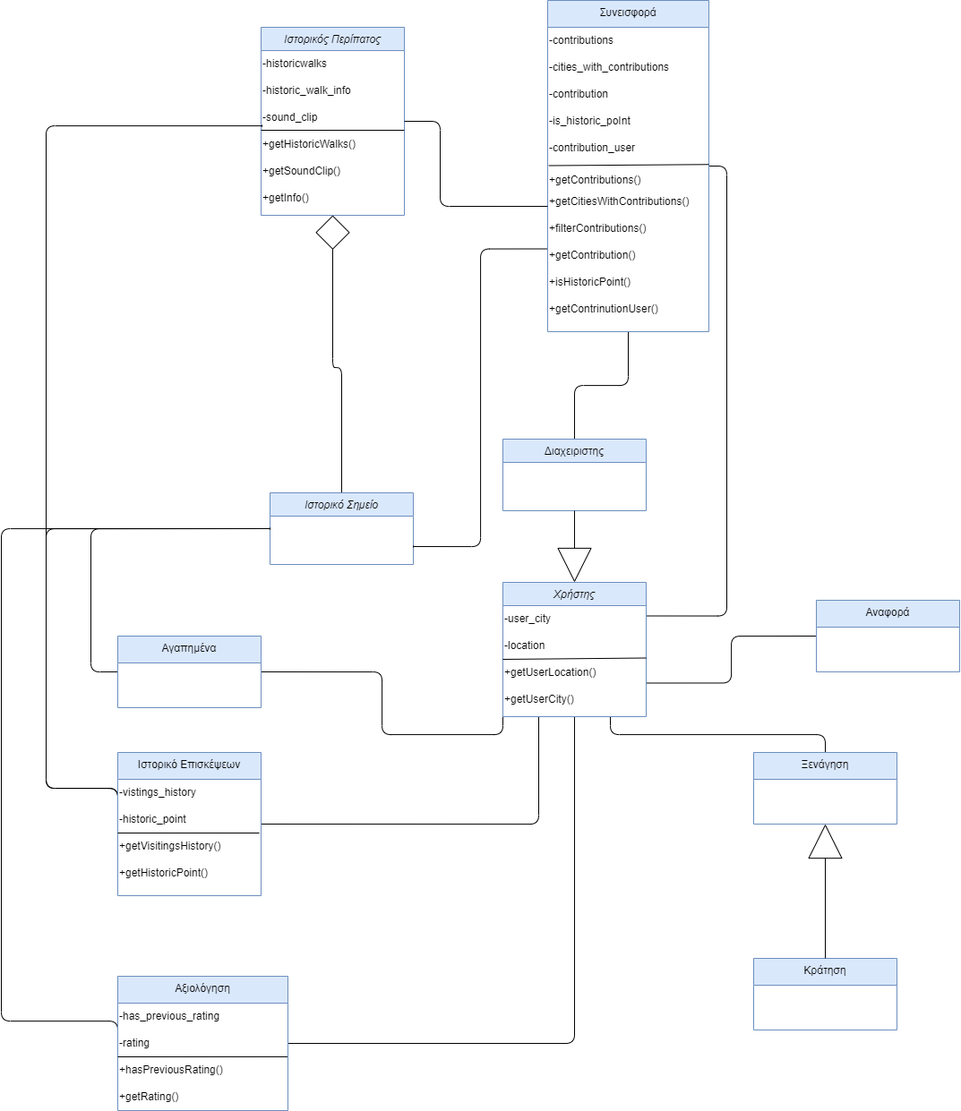
This is NOTES/Domain Model.png from Nektar24/software-engineering, a draw.io export, as it was before one commit. Source tidied: cells renumbered, new cells last; positions are measured from the earlier drawing's top-left corner, leaving out a move shared by most shapes.
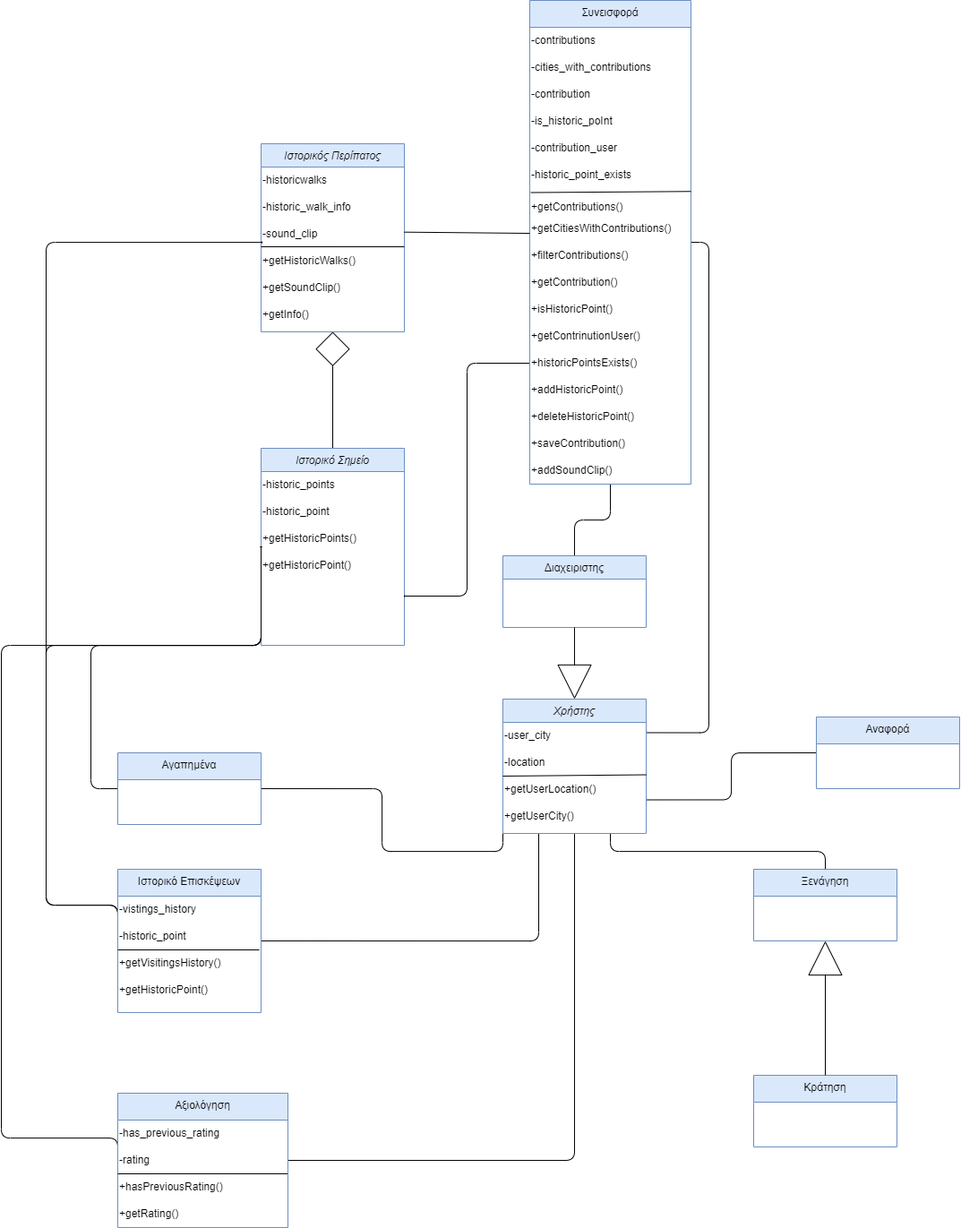
After the commit.

What changed in the source:
```diff
@@ -79,13 +79,25 @@
       <mxGeometry relative="1" as="geometry" />
     </mxCell>
     <mxCell id="26" value="Ιστορικό Σημείο" style="swimlane;fontStyle=2;align=center;verticalAlign=top;horizontal=1;startSize=26;rounded=0;shadow=0;strokeWidth=1;fillColor=#dae8fc;strokeColor=#6c8ebf;" parent="1" vertex="1">
-      <mxGeometry x="300" y="550" width="160" height="80" as="geometry" />
+      <mxGeometry x="290" y="370" width="160" height="220" as="geometry" />
     </mxCell>
+    <mxCell id="63" value="-historic_points" style="text;html=1;align=left;verticalAlign=middle;strokeColor=none;fillColor=none;" parent="26" vertex="1">
+      <mxGeometry y="26" width="160" height="30" as="geometry" />
+    </mxCell>
+    <mxCell id="64" value="-historic_point" style="text;html=1;align=left;verticalAlign=middle;strokeColor=none;fillColor=none;" parent="26" vertex="1">
+      <mxGeometry y="56" width="160" height="30" as="geometry" />
+    </mxCell>
+    <mxCell id="65" value="+getHistoricPoints()" style="text;html=1;align=left;verticalAlign=middle;strokeColor=none;fillColor=none;" parent="26" vertex="1">
+      <mxGeometry y="86" width="160" height="30" as="geometry" />
+    </mxCell>
+    <mxCell id="66" value="+getHistoricPoint()" style="text;html=1;align=left;verticalAlign=middle;strokeColor=none;fillColor=none;" parent="26" vertex="1">
+      <mxGeometry y="116" width="160" height="30" as="geometry" />
+    </mxCell>
     <mxCell id="27" style="edgeStyle=orthogonalEdgeStyle;curved=0;rounded=1;jettySize=auto;html=1;exitX=0;exitY=0.75;exitDx=0;exitDy=0;entryX=1;entryY=0.75;entryDx=0;entryDy=0;strokeColor=default;align=center;verticalAlign=middle;fontFamily=Helvetica;fontSize=11;fontColor=default;labelBackgroundColor=default;elbow=vertical;endArrow=baseDash;endFill=0;endSize=0;" parent="1" edge="1" source="28" target="26">
       <mxGeometry relative="1" as="geometry" />
     </mxCell>
     <mxCell id="28" value="Συνεισφορά" style="swimlane;fontStyle=0;align=center;verticalAlign=top;horizontal=1;startSize=30;rounded=0;shadow=0;strokeWidth=1;fillColor=#dae8fc;strokeColor=#6c8ebf;" parent="1" vertex="1">
-      <mxGeometry x="610" width="180" height="370" as="geometry" />
+      <mxGeometry x="590" y="-130" width="180" height="540" as="geometry" />
     </mxCell>
     <mxCell id="29" value="-contributions" style="text;html=1;align=left;verticalAlign=middle;strokeColor=none;fillColor=none;" parent="28" vertex="1">
       <mxGeometry y="30" width="180" height="30" as="geometry" />
@@ -105,24 +117,42 @@
     <mxCell id="34" style="endArrow=none;html=1;rounded=0;entryX=1;entryY=0.108;entryDx=0;entryDy=0;entryPerimeter=0;exitX=0.007;exitY=0.15;exitDx=0;exitDy=0;exitPerimeter=0;" parent="28" edge="1" source="35" target="35">
       <mxGeometry relative="1" as="geometry" />
     </mxCell>
+    <mxCell id="67" value="-historic_point_exists" style="text;html=1;align=left;verticalAlign=middle;strokeColor=none;fillColor=none;" parent="28" vertex="1">
+      <mxGeometry y="180" width="180" height="30" as="geometry" />
+    </mxCell>
     <mxCell id="35" value="+getContributions()" style="text;html=1;align=left;verticalAlign=bottom;points=[];strokeColor=none;fillColor=none;labelPosition=center;verticalLabelPosition=middle;" parent="28" vertex="1">
-      <mxGeometry y="180" width="180" height="30" as="geometry" />
+      <mxGeometry y="210" width="180" height="30" as="geometry" />
     </mxCell>
     <mxCell id="36" value="+getCitiesWithContributions()" style="text;html=1;align=left;verticalAlign=middle;points=[];strokeColor=none;fillColor=none;" parent="28" vertex="1">
-      <mxGeometry y="210" width="180" height="30" as="geometry" />
+      <mxGeometry y="240" width="180" height="30" as="geometry" />
     </mxCell>
     <mxCell id="37" value="+filterContributions()" style="text;html=1;align=left;verticalAlign=middle;strokeColor=none;fillColor=none;" parent="28" vertex="1">
-      <mxGeometry y="240" width="180" height="30" as="geometry" />
+      <mxGeometry y="270" width="180" height="30" as="geometry" />
     </mxCell>
     <mxCell id="38" value="+getContribution()" style="text;html=1;align=left;verticalAlign=middle;strokeColor=none;fillColor=none;" parent="28" vertex="1">
-      <mxGeometry y="270" width="180" height="30" as="geometry" />
+      <mxGeometry y="300" width="180" height="30" as="geometry" />
     </mxCell>
     <mxCell id="39" value="+isHistoricPoint()" style="text;html=1;align=left;verticalAlign=middle;strokeColor=none;fillColor=none;" parent="28" vertex="1">
-      <mxGeometry y="300" width="180" height="30" as="geometry" />
+      <mxGeometry y="330" width="180" height="30" as="geometry" />
     </mxCell>
     <mxCell id="40" value="+getContrinutionUser()" style="text;html=1;align=left;verticalAlign=middle;strokeColor=none;fillColor=none;" parent="28" vertex="1">
-      <mxGeometry y="330" width="180" height="30" as="geometry" />
+      <mxGeometry y="360" width="180" height="30" as="geometry" />
     </mxCell>
+    <mxCell id="68" value="+historicPointsExists()" style="text;html=1;align=left;verticalAlign=middle;strokeColor=none;fillColor=none;" parent="28" vertex="1">
+      <mxGeometry y="390" width="180" height="30" as="geometry" />
+    </mxCell>
+    <mxCell id="69" value="+addHistoricPoint()" style="text;html=1;align=left;verticalAlign=middle;strokeColor=none;fillColor=none;" parent="28" vertex="1">
+      <mxGeometry y="420" width="180" height="30" as="geometry" />
+    </mxCell>
+    <mxCell id="70" value="+deleteHistoricPoint()" style="text;html=1;align=left;verticalAlign=middle;strokeColor=none;fillColor=none;" parent="28" vertex="1">
+      <mxGeometry y="450" width="180" height="30" as="geometry" />
+    </mxCell>
+    <mxCell id="71" value="+saveContribution()" style="text;html=1;align=left;verticalAlign=middle;strokeColor=none;fillColor=none;" parent="28" vertex="1">
+      <mxGeometry y="480" width="180" height="30" as="geometry" />
+    </mxCell>
+    <mxCell id="72" value="+addSoundClip()" style="text;html=1;align=left;verticalAlign=middle;strokeColor=none;fillColor=none;" parent="28" vertex="1">
+      <mxGeometry y="510" width="180" height="30" as="geometry" />
+    </mxCell>
     <mxCell id="41" style="edgeStyle=orthogonalEdgeStyle;rounded=1;jettySize=auto;html=1;exitX=0;exitY=0.5;exitDx=0;exitDy=0;entryX=0;entryY=0.5;entryDx=0;entryDy=0;fontSize=12;startSize=8;endSize=8;curved=0;endArrow=none;endFill=0;" parent="1" edge="1" source="42" target="26">
       <mxGeometry relative="1" as="geometry">
         <Array as="points">
@@ -212,13 +242,8 @@
     <mxCell id="61" style="endArrow=block;endSize=36;endFill=0;shadow=0;strokeWidth=1;rounded=1;edgeStyle=orthogonalEdgeStyle;elbow=vertical;curved=0;exitX=0.5;exitY=0;exitDx=0;exitDy=0;entryX=0.5;entryY=1;entryDx=0;entryDy=0;" parent="1" edge="1" source="52" target="51">
       <mxGeometry relative="1" as="geometry" />
     </mxCell>
-    <mxCell id="62" style="endArrow=none;html=1;rounded=1;entryX=0;entryY=0.667;entryDx=0;entryDy=0;entryPerimeter=0;exitX=1;exitY=0.5;exitDx=0;exitDy=0;curved=0;" parent="1" edge="1" source="17" target="36">
-      <mxGeometry relative="1" as="geometry">
-        <Array as="points">
-          <mxPoint x="490" y="135" />
-          <mxPoint x="490" y="230" />
-        </Array>
-      </mxGeometry>
+    <mxCell id="62" style="endArrow=none;html=1;rounded=1;entryX=0;entryY=0.667;entryDx=0;entryDy=0;entryPerimeter=0;exitX=0.999;exitY=0.422;exitDx=0;exitDy=0;curved=0;exitPerimeter=0;" parent="1" edge="1" source="20" target="36">
+      <mxGeometry relative="1" as="geometry" />
     </mxCell>
   </root>
 </mxGraphModel>
```
